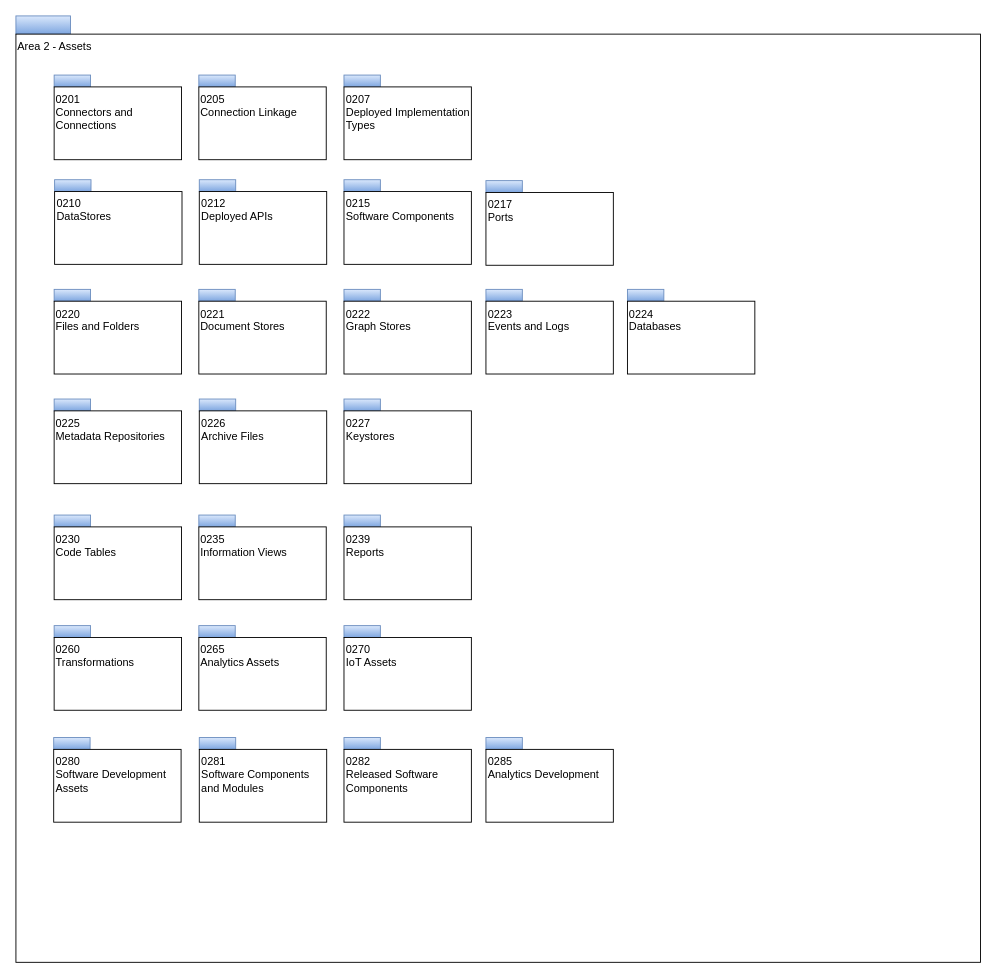
This is page "overview" (1 of 25) of site/docs/types/2/area-2-assets.drawio from odpi/egeria-docs, a draw.io file, before an edit. Source tidied: cells renumbered, new cells numbered last; positions are measured from the earlier drawing's top-left corner, leaving out a move shared by most shapes. Both pictures are drawn from the tidied source at 91%, with x=0, y=0 at pixel (15, 15).
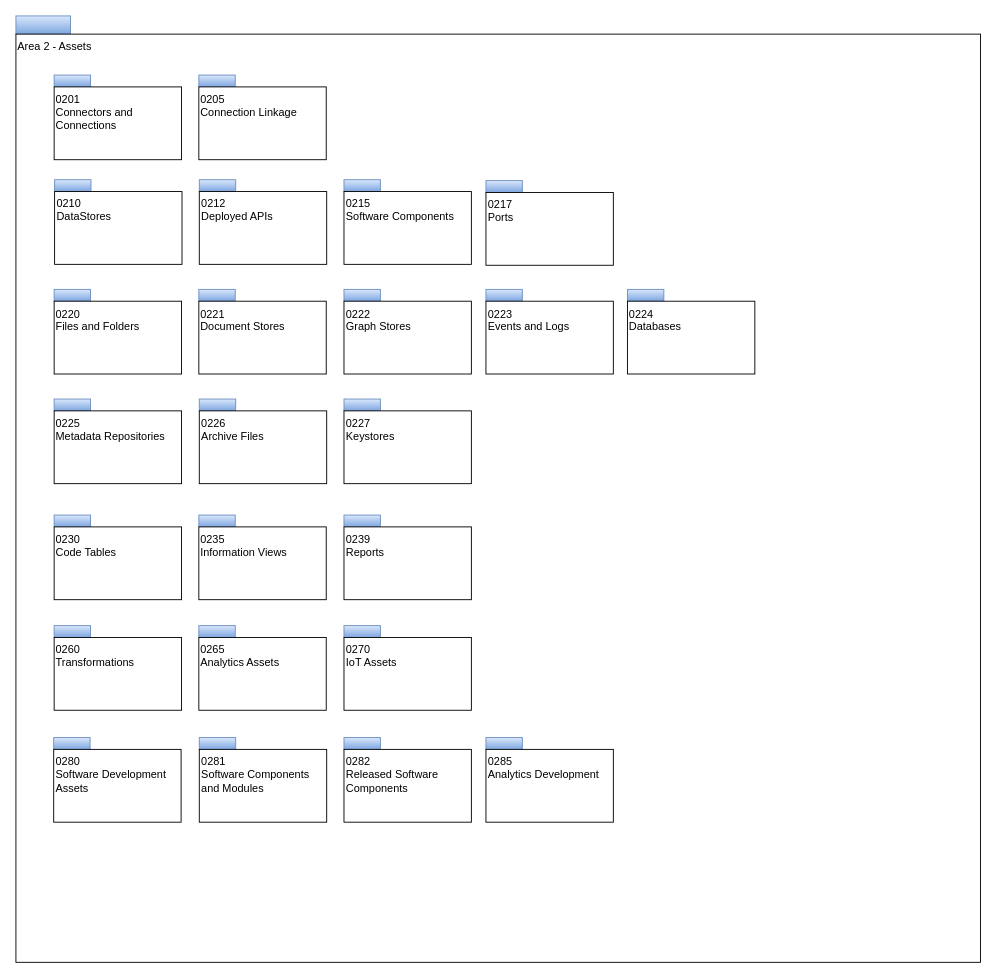
The same diagram, later.

The edit, as a diff of the source:
```diff
@@
-    <mxCell id="50" style="rounded=0;whiteSpace=wrap;html=1;align=left;fillColor=#dae8fc;strokeColor=#6c8ebf;gradientColor=#7ea6e0;" parent="1" vertex="1">
-      <mxGeometry x="360.5" y="65" width="40" height="13" as="geometry" />
-    </mxCell>
-    <mxCell id="51" value="0207&lt;br&gt;Deployed Implementation Types" style="rounded=0;whiteSpace=wrap;html=1;align=left;verticalAlign=top;" parent="1" vertex="1">
-      <mxGeometry x="360.5" y="78" width="140" height="80" as="geometry" />
-    </mxCell>
```
